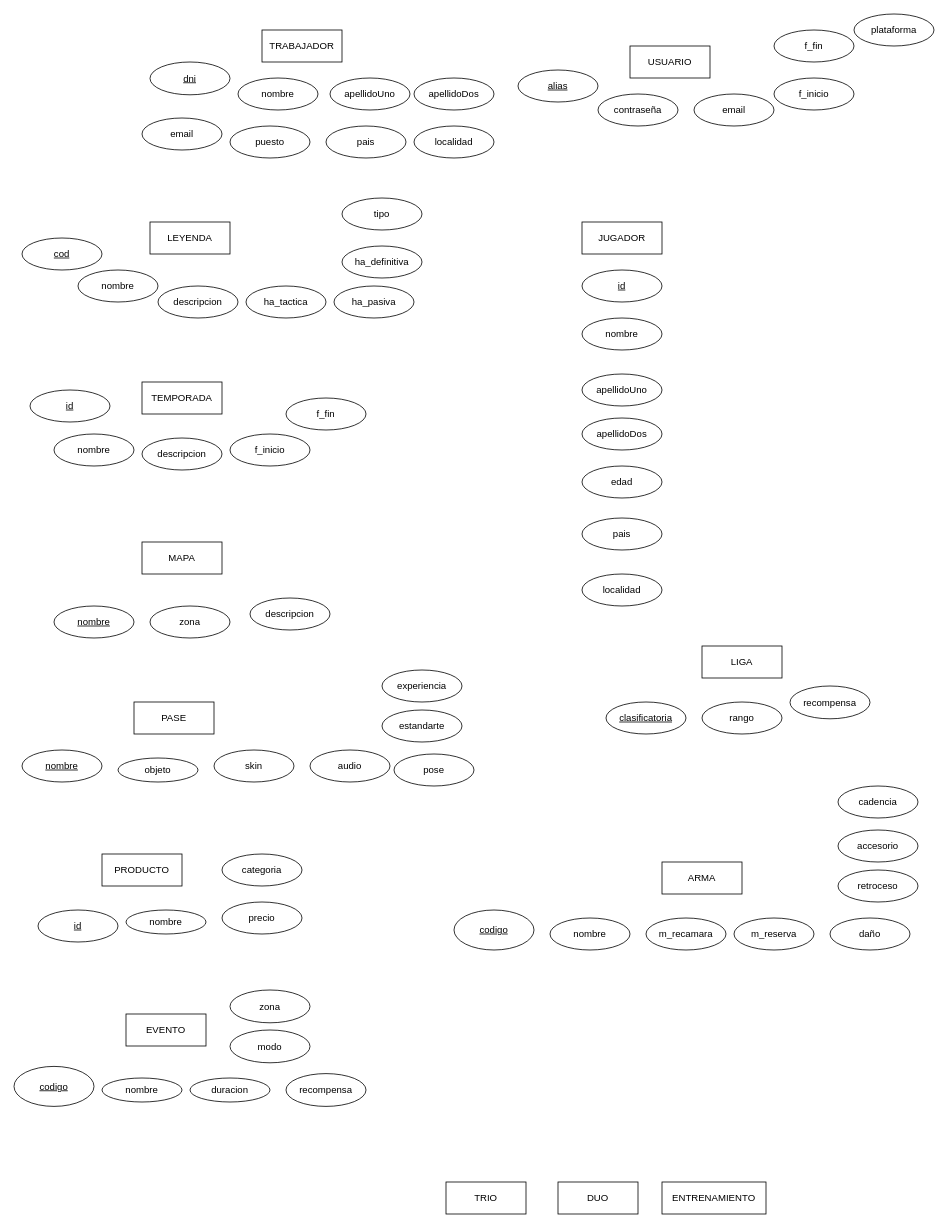
Before: modelo_entidad_relacion/modelo_entidad_relacion.drawio in raulgp97/base_de_datos_apex_leyends, a draw.io diagram. Source tidied: cells renumbered, new cells numbered last; positions are measured from the earlier drawing's top-left corner, leaving out a move shared by most shapes. Both pictures are drawn from the tidied source at 80%, with x=0, y=0 at pixel (14, 14).
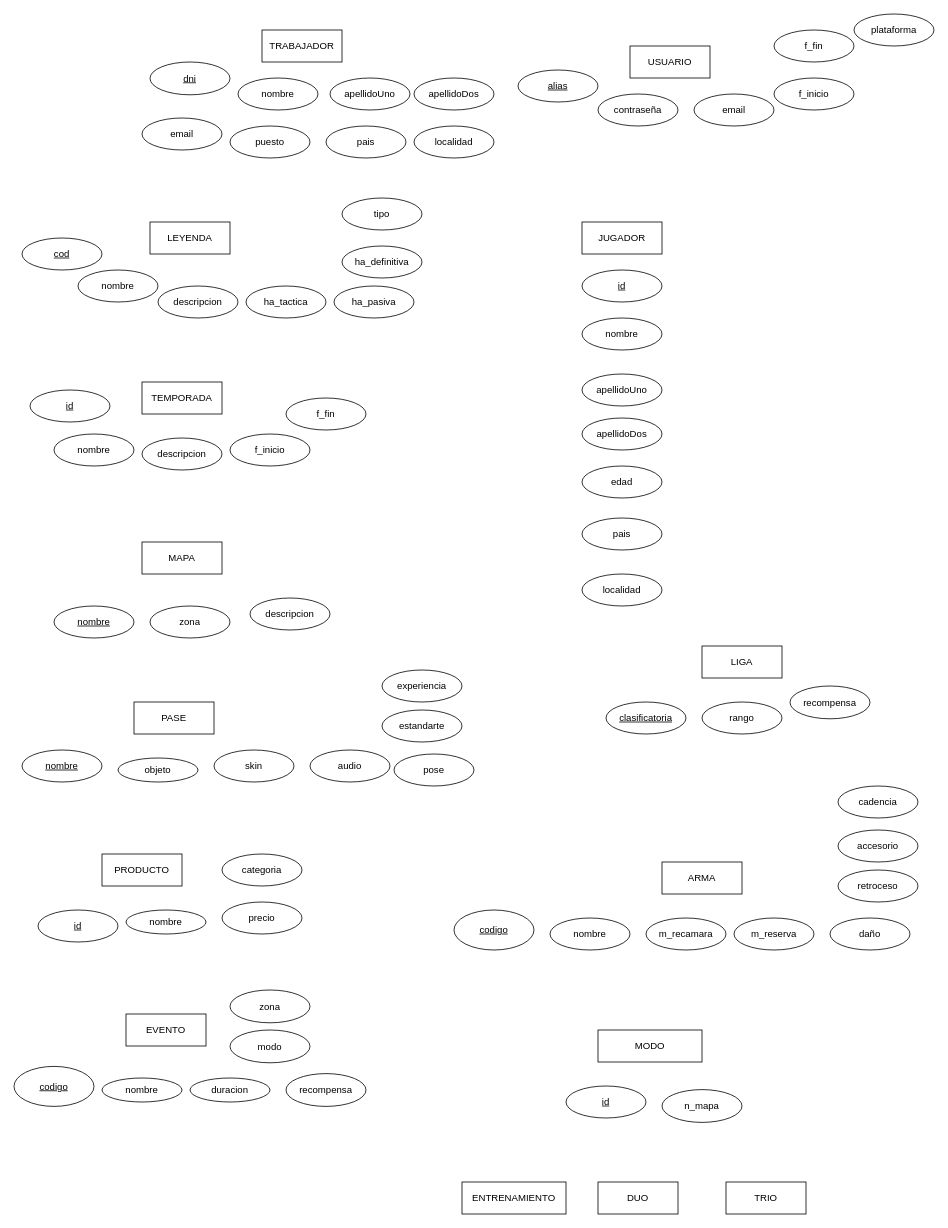
After the change.

Commit message:
Adición atributos y de entidad modo

He añadido los atributos de las entidades entrenamiento, duo y trio a una nueva entidad llamada modo.

What changed in the source:
```diff
@@
     <mxCell id="11" value="DUO" style="whiteSpace=wrap;html=1;align=center;" parent="1" vertex="1">
-      <mxGeometry x="680" y="1460" width="100" height="40" as="geometry" />
+      <mxGeometry x="730" y="1460" width="100" height="40" as="geometry" />
     </mxCell>
     <mxCell id="12" value="TRIO" style="whiteSpace=wrap;html=1;align=center;" parent="1" vertex="1">
-      <mxGeometry x="540" y="1460" width="100" height="40" as="geometry" />
+      <mxGeometry x="890" y="1460" width="100" height="40" as="geometry" />
     </mxCell>
     <mxCell id="13" value="ENTRENAMIENTO" style="whiteSpace=wrap;html=1;align=center;" parent="1" vertex="1">
-      <mxGeometry x="810" y="1460" width="130" height="40" as="geometry" />
+      <mxGeometry x="560" y="1460" width="130" height="40" as="geometry" />
     </mxCell>
@@
+    <mxCell id="80" value="n_mapa" style="ellipse;whiteSpace=wrap;html=1;align=center;" parent="1" vertex="1">
+      <mxGeometry x="810" y="1344.5" width="100" height="41" as="geometry" />
+    </mxCell>
+    <mxCell id="81" value="MODO" style="whiteSpace=wrap;html=1;align=center;" parent="1" vertex="1">
+      <mxGeometry x="730" y="1270" width="130" height="40" as="geometry" />
+    </mxCell>
+    <mxCell id="82" value="id" style="ellipse;whiteSpace=wrap;html=1;align=center;fontStyle=4;" parent="1" vertex="1">
+      <mxGeometry x="690" y="1340" width="100" height="40" as="geometry" />
+    </mxCell>
```
